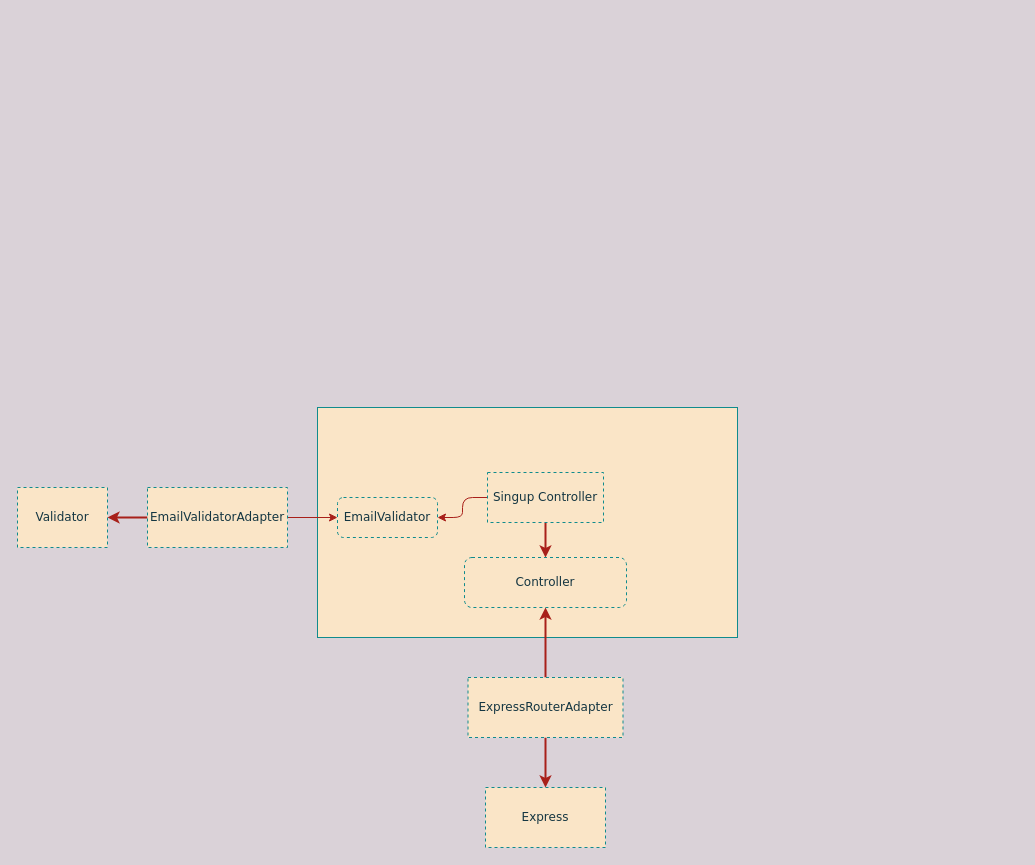
fidsouza/clean-code-architeture keeps this draw.io diagram as clean-code-architeture.drawio. Above is the earlier version. Source tidied: cells renumbered, new cells numbered last; positions are measured from the earlier drawing's top-left corner, leaving out a move shared by most shapes. Both pictures are drawn from the tidied source at 100%, with x=0, y=0 at pixel (17, 407).
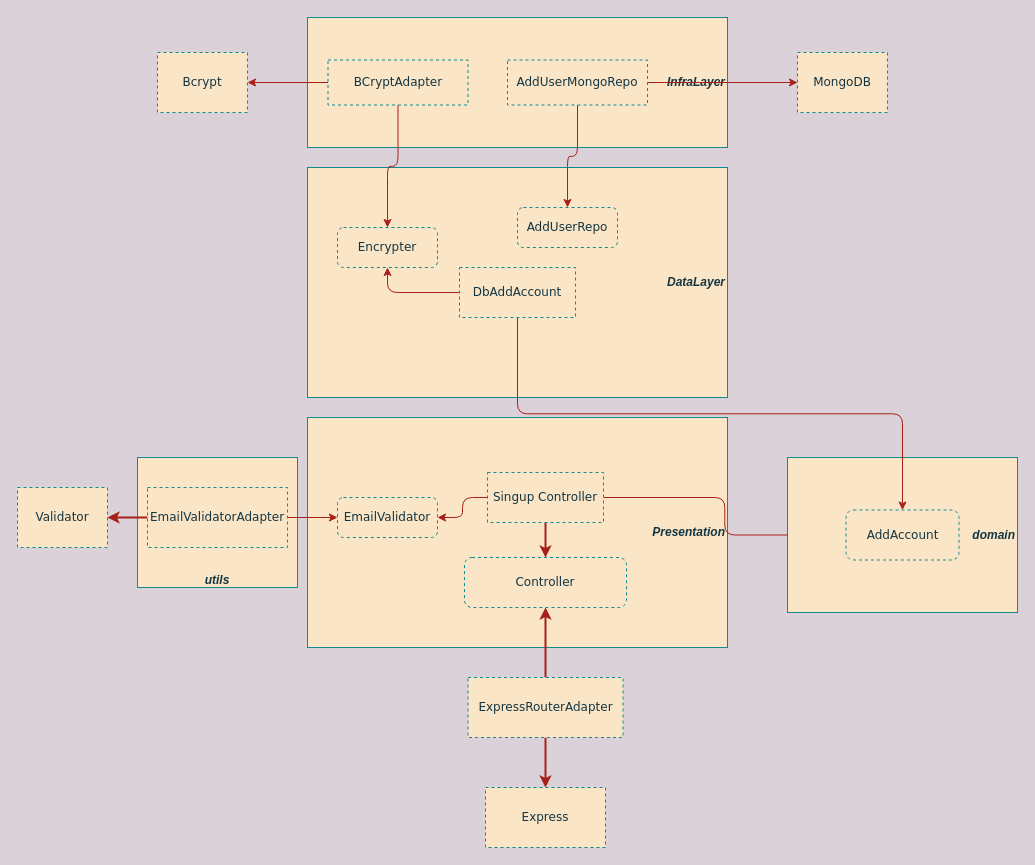
The same diagram, later.

Commit message:
chore: finish architeture signup

The change refers to these unchanged cells:
```xml
<mxCell id="5" value="&lt;font face=&quot;Verdana&quot;&gt;Singup Controller&lt;/font&gt;" style="rounded=0;whiteSpace=wrap;html=1;dashed=1;fillColor=#FAE5C7;strokeColor=#0F8B8D;fontColor=#143642;" parent="1" vertex="1">
  <mxGeometry x="470" y="65" width="116" height="50" as="geometry" />
</mxCell>
```

Change to the diagram source:
```diff
@@
+    <mxCell id="16" value="&lt;div&gt;&lt;span&gt;&lt;i&gt;&lt;b&gt;&lt;br&gt;&lt;/b&gt;&lt;/i&gt;&lt;/span&gt;&lt;/div&gt;&lt;div&gt;&lt;span&gt;&lt;i&gt;&lt;b&gt;&lt;br&gt;&lt;/b&gt;&lt;/i&gt;&lt;/span&gt;&lt;/div&gt;&lt;div&gt;&lt;span&gt;&lt;i&gt;&lt;b&gt;&lt;br&gt;&lt;/b&gt;&lt;/i&gt;&lt;/span&gt;&lt;/div&gt;&lt;div&gt;&lt;span&gt;&lt;i&gt;&lt;b&gt;&lt;br&gt;&lt;/b&gt;&lt;/i&gt;&lt;/span&gt;&lt;/div&gt;&lt;div&gt;&lt;span&gt;&lt;i&gt;&lt;b&gt;&lt;br&gt;&lt;/b&gt;&lt;/i&gt;&lt;/span&gt;&lt;/div&gt;&lt;div&gt;&lt;span&gt;&lt;i&gt;&lt;b&gt;&lt;br&gt;&lt;/b&gt;&lt;/i&gt;&lt;/span&gt;&lt;/div&gt;&lt;div&gt;&lt;span&gt;&lt;i&gt;&lt;b&gt;&lt;br&gt;&lt;/b&gt;&lt;/i&gt;&lt;/span&gt;&lt;/div&gt;&lt;div&gt;&lt;span&gt;&lt;i&gt;&lt;b&gt;&lt;br&gt;&lt;/b&gt;&lt;/i&gt;&lt;/span&gt;&lt;/div&gt;&lt;div&gt;&lt;span&gt;&lt;i&gt;&lt;b&gt;utils&lt;/b&gt;&lt;/i&gt;&lt;/span&gt;&lt;/div&gt;" style="rounded=0;whiteSpace=wrap;html=1;sketch=0;strokeColor=#0F8B8D;fillColor=#FAE5C7;fontColor=#143642;align=center;" parent="1" vertex="1">
+      <mxGeometry x="120" y="50" width="160" height="130" as="geometry" />
+    </mxCell>
-    <mxCell id="2" style="rounded=0;whiteSpace=wrap;html=1;sketch=0;strokeColor=#0F8B8D;fillColor=#FAE5C7;fontColor=#143642;" parent="1" vertex="1">
-      <mxGeometry x="300" width="420" height="230" as="geometry" />
+    <mxCell id="2" value="&lt;i&gt;&lt;b&gt;Presentation&lt;/b&gt;&lt;/i&gt;" style="rounded=0;whiteSpace=wrap;html=1;sketch=0;strokeColor=#0F8B8D;fillColor=#FAE5C7;fontColor=#143642;align=right;" parent="1" vertex="1">
+      <mxGeometry x="290" y="10" width="420" height="230" as="geometry" />
     </mxCell>
@@
+    <mxCell id="17" style="edgeStyle=orthogonalEdgeStyle;curved=0;rounded=1;sketch=0;jettySize=auto;html=1;entryX=0;entryY=0.5;entryDx=0;entryDy=0;strokeColor=#A8201A;fillColor=#FAE5C7;fontColor=#143642;" parent="1" edge="1" source="5" target="19">
+      <mxGeometry relative="1" as="geometry" />
+    </mxCell>
@@
+    <mxCell id="18" value="&lt;div&gt;&lt;i&gt;&lt;b&gt;domain&lt;/b&gt;&lt;/i&gt;&lt;/div&gt;" style="rounded=0;whiteSpace=wrap;html=1;sketch=0;strokeColor=#0F8B8D;fillColor=#FAE5C7;fontColor=#143642;align=right;" parent="1" vertex="1">
+      <mxGeometry x="770" y="50" width="230" height="155" as="geometry" />
+    </mxCell>
+    <mxCell id="19" value="AddAccount" style="rounded=1;whiteSpace=wrap;html=1;dashed=1;fillColor=#FAE5C7;fontFamily=Verdana;strokeColor=#0F8B8D;fontColor=#143642;" parent="1" vertex="1">
+      <mxGeometry x="828.5" y="102.5" width="113" height="50" as="geometry" />
+    </mxCell>
+    <mxCell id="20" value="&lt;i&gt;&lt;b&gt;DataLayer&lt;/b&gt;&lt;/i&gt;" style="rounded=0;whiteSpace=wrap;html=1;sketch=0;strokeColor=#0F8B8D;fillColor=#FAE5C7;fontColor=#143642;align=right;" parent="1" vertex="1">
+      <mxGeometry x="290" y="-240" width="420" height="230" as="geometry" />
+    </mxCell>
+    <mxCell id="21" style="edgeStyle=orthogonalEdgeStyle;curved=0;rounded=1;sketch=0;jettySize=auto;html=1;exitX=0.5;exitY=1;exitDx=0;exitDy=0;strokeColor=#A8201A;fillColor=#FAE5C7;fontColor=#143642;" parent="1" edge="1" source="23" target="19">
+      <mxGeometry relative="1" as="geometry" />
+    </mxCell>
+    <mxCell id="22" style="edgeStyle=orthogonalEdgeStyle;curved=0;rounded=1;sketch=0;jettySize=auto;html=1;exitX=0;exitY=0.5;exitDx=0;exitDy=0;entryX=0.5;entryY=1;entryDx=0;entryDy=0;strokeColor=#A8201A;fillColor=#FAE5C7;fontColor=#143642;" parent="1" edge="1" source="23" target="29">
+      <mxGeometry relative="1" as="geometry" />
+    </mxCell>
+    <mxCell id="23" value="&lt;font face=&quot;Verdana&quot;&gt;DbAddAccount&lt;/font&gt;" style="rounded=0;whiteSpace=wrap;html=1;dashed=1;fillColor=#FAE5C7;strokeColor=#0F8B8D;fontColor=#143642;" parent="1" vertex="1">
+      <mxGeometry x="442" y="-140" width="116" height="50" as="geometry" />
+    </mxCell>
+    <mxCell id="24" value="Bcrypt" style="rounded=0;whiteSpace=wrap;html=1;dashed=1;strokeColor=#0F8B8D;fillColor=#FAE5C7;fontFamily=Verdana;fontColor=#143642;" parent="1" vertex="1">
+      <mxGeometry x="140" y="-355" width="90" height="60" as="geometry" />
+    </mxCell>
+    <mxCell id="25" value="&lt;div&gt;&lt;b&gt;&lt;i&gt;InfraLayer&lt;/i&gt;&lt;/b&gt;&lt;/div&gt;" style="rounded=0;whiteSpace=wrap;html=1;sketch=0;strokeColor=#0F8B8D;fillColor=#FAE5C7;fontColor=#143642;align=right;" parent="1" vertex="1">
+      <mxGeometry x="290" y="-390" width="420" height="130" as="geometry" />
+    </mxCell>
+    <mxCell id="26" style="edgeStyle=orthogonalEdgeStyle;curved=0;rounded=1;sketch=0;jettySize=auto;html=1;exitX=0;exitY=0.5;exitDx=0;exitDy=0;entryX=1;entryY=0.5;entryDx=0;entryDy=0;strokeColor=#A8201A;fillColor=#FAE5C7;fontColor=#143642;" parent="1" edge="1" source="28" target="24">
+      <mxGeometry relative="1" as="geometry" />
+    </mxCell>
+    <mxCell id="27" style="edgeStyle=orthogonalEdgeStyle;curved=0;rounded=1;sketch=0;jettySize=auto;html=1;exitX=0.5;exitY=1;exitDx=0;exitDy=0;entryX=0.5;entryY=0;entryDx=0;entryDy=0;strokeColor=#A8201A;fillColor=#FAE5C7;fontColor=#143642;" parent="1" edge="1" source="28" target="29">
+      <mxGeometry relative="1" as="geometry" />
+    </mxCell>
+    <mxCell id="28" value="BCryptAdapter" style="rounded=0;whiteSpace=wrap;html=1;dashed=1;strokeColor=#0F8B8D;fillColor=#FAE5C7;fontFamily=Verdana;fontColor=#143642;" parent="1" vertex="1">
+      <mxGeometry x="310.5" y="-347.5" width="140" height="45" as="geometry" />
+    </mxCell>
+    <mxCell id="29" value="Encrypter" style="rounded=1;whiteSpace=wrap;html=1;dashed=1;strokeColor=#0F8B8D;fillColor=#FAE5C7;fontFamily=Verdana;fontColor=#143642;" parent="1" vertex="1">
+      <mxGeometry x="320" y="-180" width="100" height="40" as="geometry" />
+    </mxCell>
+    <mxCell id="30" style="edgeStyle=orthogonalEdgeStyle;curved=0;rounded=1;sketch=0;jettySize=auto;html=1;exitX=1;exitY=0.5;exitDx=0;exitDy=0;strokeColor=#A8201A;fillColor=#FAE5C7;fontColor=#143642;" parent="1" edge="1" source="32" target="33">
+      <mxGeometry relative="1" as="geometry" />
+    </mxCell>
+    <mxCell id="31" style="edgeStyle=orthogonalEdgeStyle;curved=0;rounded=1;sketch=0;jettySize=auto;html=1;exitX=0.5;exitY=1;exitDx=0;exitDy=0;entryX=0.5;entryY=0;entryDx=0;entryDy=0;strokeColor=#A8201A;fillColor=#FAE5C7;fontColor=#143642;" parent="1" edge="1" source="32" target="34">
+      <mxGeometry relative="1" as="geometry" />
+    </mxCell>
+    <mxCell id="32" value="AddUserMongoRepo" style="rounded=0;whiteSpace=wrap;html=1;dashed=1;strokeColor=#0F8B8D;fillColor=#FAE5C7;fontFamily=Verdana;fontColor=#143642;" parent="1" vertex="1">
+      <mxGeometry x="490" y="-347.5" width="140" height="45" as="geometry" />
+    </mxCell>
+    <mxCell id="33" value="MongoDB" style="rounded=0;whiteSpace=wrap;html=1;dashed=1;strokeColor=#0F8B8D;fillColor=#FAE5C7;fontFamily=Verdana;fontColor=#143642;" parent="1" vertex="1">
+      <mxGeometry x="780" y="-355" width="90" height="60" as="geometry" />
+    </mxCell>
+    <mxCell id="34" value="AddUserRepo" style="rounded=1;whiteSpace=wrap;html=1;dashed=1;strokeColor=#0F8B8D;fillColor=#FAE5C7;fontFamily=Verdana;fontColor=#143642;" parent="1" vertex="1">
+      <mxGeometry x="500" y="-200" width="100" height="40" as="geometry" />
+    </mxCell>
```
